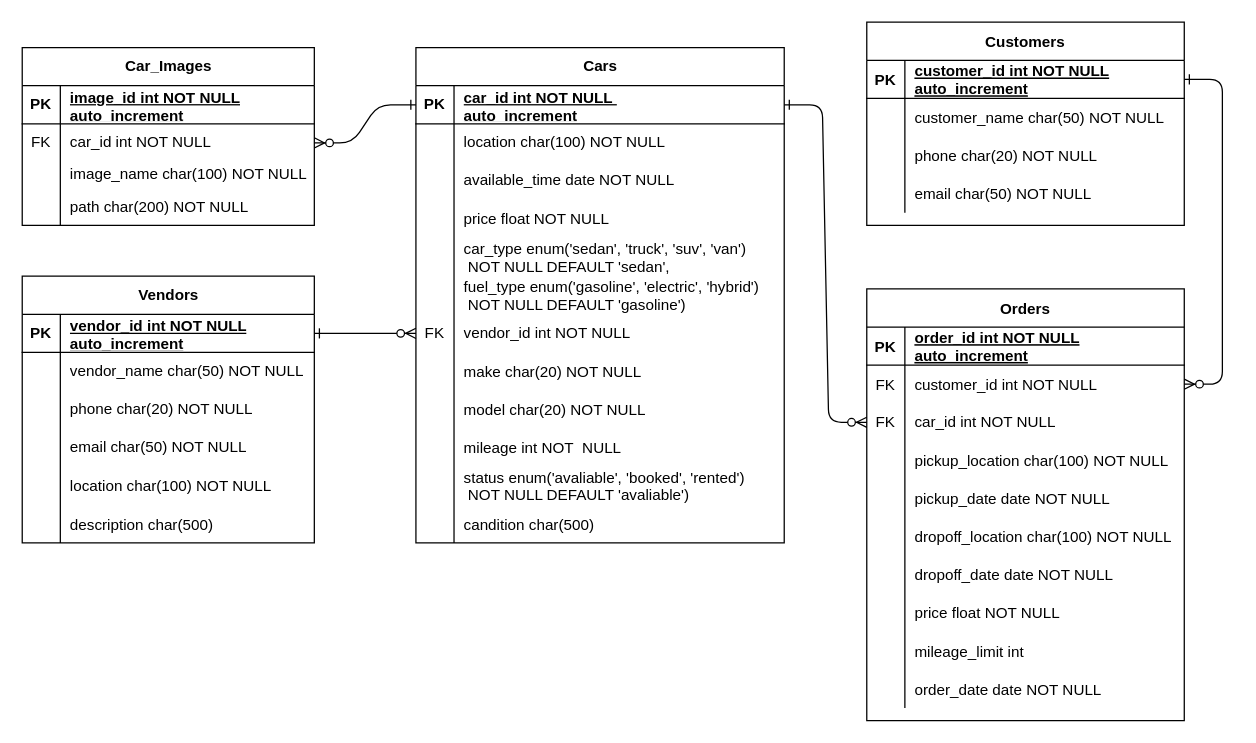
hgknightnie/flora_car_rental keeps this draw.io diagram as server/db/CarRental.drawio. Above is the earlier version. Source tidied: cells renumbered, new cells numbered last; positions are measured from the earlier drawing's top-left corner, leaving out a move shared by most shapes. Both pictures are drawn from the tidied source at 127%, with x=0, y=0 at pixel (22, 22).
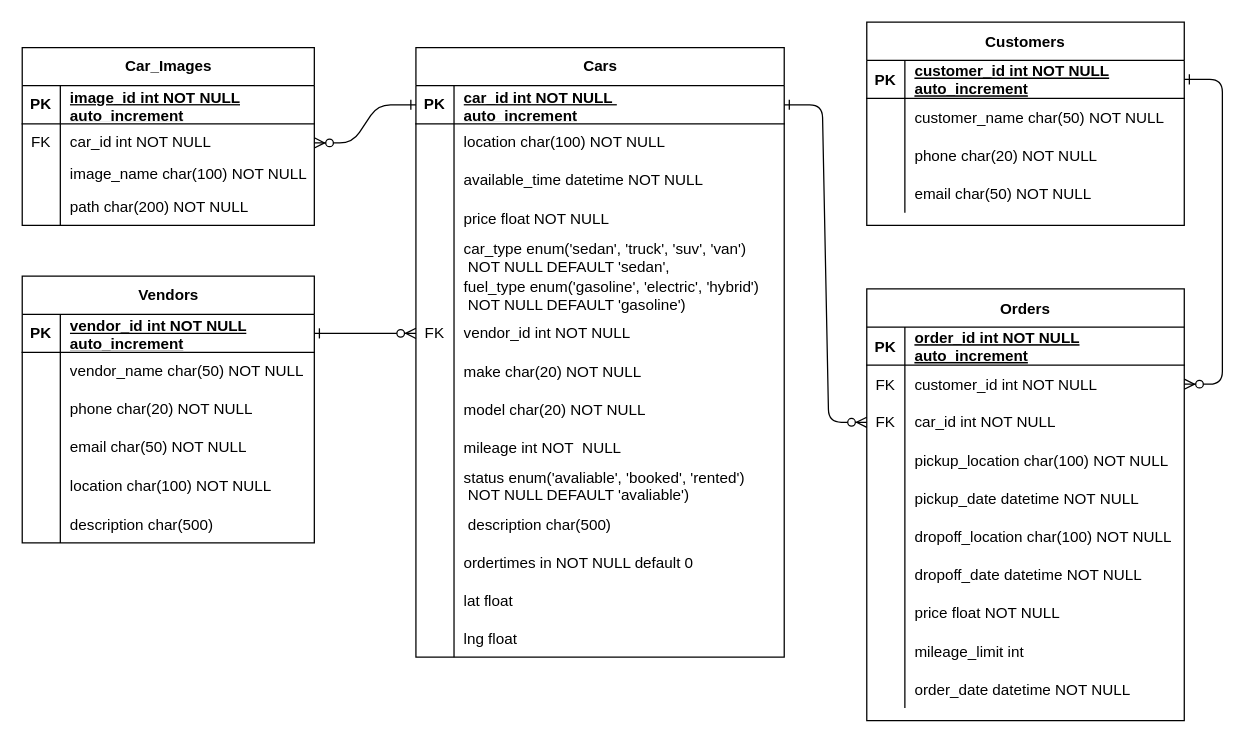
Above is the later version.

The change refers to these unchanged cells:
```xml
<mxCell id="9" style="shape=tableRow;horizontal=0;startSize=0;swimlaneHead=0;swimlaneBody=0;fillColor=none;top=0;left=0;right=0;bottom=0;" parent="2" vertex="1">
  <mxGeometry y="90" width="290" height="30" as="geometry" />
</mxCell>
<mxCell id="36" style="shape=tableRow;horizontal=0;startSize=0;swimlaneHead=0;swimlaneBody=0;fillColor=none;top=0;left=0;right=0;bottom=0;" parent="2" vertex="1">
  <mxGeometry y="360" width="290" height="30" as="geometry" />
</mxCell>
<mxCell id="99" style="shape=tableRow;horizontal=0;startSize=0;swimlaneHead=0;swimlaneBody=0;fillColor=none;top=0;left=0;right=0;bottom=0;" parent="86" vertex="1">
  <mxGeometry y="150" width="250" height="30" as="geometry" />
</mxCell>
<mxCell id="105" style="shape=tableRow;horizontal=0;startSize=0;swimlaneHead=0;swimlaneBody=0;fillColor=none;top=0;left=0;right=0;bottom=0;" parent="86" vertex="1">
  <mxGeometry y="210" width="250" height="30" as="geometry" />
</mxCell>
<mxCell id="114" style="shape=partialRectangle;fillColor=none;top=0;left=0;right=0;bottom=0;" parent="86" vertex="1">
  <mxGeometry y="300" width="250" height="30" as="geometry" />
</mxCell>
```

The edit, as a diff of the source:
```diff
@@
     <mxCell id="2" value="Cars" style="shape=table;startSize=30;childLayout=tableLayout;rowLines=0;fontStyle=1;align=center;html=1;" parent="1" vertex="1">
-      <mxGeometry x="310" y="20" width="290" height="390" as="geometry" />
+      <mxGeometry x="310" y="20" width="290" height="480" as="geometry" />
     </mxCell>
@@
-    <mxCell id="11" value="available_time date NOT NULL" style="shape=partialRectangle;fillColor=none;top=0;left=0;bottom=0;right=0;align=left;spacingLeft=6;overflow=hidden;whiteSpace=wrap;html=1;" parent="9" vertex="1">
+    <mxCell id="11" value="available_time datetime NOT NULL" style="shape=partialRectangle;fillColor=none;top=0;left=0;bottom=0;right=0;align=left;spacingLeft=6;overflow=hidden;whiteSpace=wrap;html=1;" parent="9" vertex="1">
       <mxGeometry x="30" width="260" height="30" as="geometry" />
     </mxCell>
@@
-    <mxCell id="38" value="candition char(500) " style="shape=partialRectangle;fillColor=none;top=0;left=0;bottom=0;right=0;align=left;spacingLeft=6;overflow=hidden;" parent="36" vertex="1">
+    <mxCell id="38" value=" description char(500) " style="shape=partialRectangle;fillColor=none;top=0;left=0;bottom=0;right=0;align=left;spacingLeft=6;overflow=hidden;" parent="36" vertex="1">
       <mxGeometry x="30" width="260" height="30" as="geometry" />
     </mxCell>
+    <mxCell id="119" style="shape=tableRow;horizontal=0;startSize=0;swimlaneHead=0;swimlaneBody=0;fillColor=none;top=0;left=0;right=0;bottom=0;" parent="2" vertex="1">
+      <mxGeometry y="390" width="290" height="30" as="geometry" />
+    </mxCell>
+    <mxCell id="120" style="shape=partialRectangle;fillColor=none;top=0;left=0;bottom=0;right=0;overflow=hidden;" parent="119" vertex="1">
+      <mxGeometry width="30" height="30" as="geometry" />
+    </mxCell>
+    <mxCell id="121" value="ordertimes in NOT NULL default 0" style="shape=partialRectangle;fillColor=none;top=0;left=0;bottom=0;right=0;align=left;spacingLeft=6;overflow=hidden;" parent="119" vertex="1">
+      <mxGeometry x="30" width="260" height="30" as="geometry" />
+    </mxCell>
+    <mxCell id="122" style="shape=tableRow;horizontal=0;startSize=0;swimlaneHead=0;swimlaneBody=0;fillColor=none;top=0;left=0;right=0;bottom=0;" parent="2" vertex="1">
+      <mxGeometry y="420" width="290" height="30" as="geometry" />
+    </mxCell>
+    <mxCell id="123" style="shape=partialRectangle;fillColor=none;top=0;left=0;bottom=0;right=0;overflow=hidden;" parent="122" vertex="1">
+      <mxGeometry width="30" height="30" as="geometry" />
+    </mxCell>
+    <mxCell id="124" value="lat float " style="shape=partialRectangle;fillColor=none;top=0;left=0;bottom=0;right=0;align=left;spacingLeft=6;overflow=hidden;" parent="122" vertex="1">
+      <mxGeometry x="30" width="260" height="30" as="geometry" />
+    </mxCell>
+    <mxCell id="125" style="shape=tableRow;horizontal=0;startSize=0;swimlaneHead=0;swimlaneBody=0;fillColor=none;top=0;left=0;right=0;bottom=0;" parent="2" vertex="1">
+      <mxGeometry y="450" width="290" height="30" as="geometry" />
+    </mxCell>
+    <mxCell id="126" style="shape=partialRectangle;fillColor=none;top=0;left=0;bottom=0;right=0;overflow=hidden;" parent="125" vertex="1">
+      <mxGeometry width="30" height="30" as="geometry" />
+    </mxCell>
+    <mxCell id="127" value="lng float" style="shape=partialRectangle;fillColor=none;top=0;left=0;bottom=0;right=0;align=left;spacingLeft=6;overflow=hidden;" parent="125" vertex="1">
+      <mxGeometry x="30" width="260" height="30" as="geometry" />
+    </mxCell>
@@
-    <mxCell id="101" value="pickup_date date NOT NULL" style="shape=partialRectangle;fillColor=none;top=0;left=0;bottom=0;right=0;align=left;spacingLeft=6;overflow=hidden;" parent="99" vertex="1">
+    <mxCell id="101" value="pickup_date datetime NOT NULL" style="shape=partialRectangle;fillColor=none;top=0;left=0;bottom=0;right=0;align=left;spacingLeft=6;overflow=hidden;" parent="99" vertex="1">
       <mxGeometry x="30" width="220" height="30" as="geometry" />
     </mxCell>
@@
-    <mxCell id="107" value="dropoff_date date NOT NULL" style="shape=partialRectangle;fillColor=none;top=0;left=0;bottom=0;right=0;align=left;spacingLeft=6;overflow=hidden;" parent="105" vertex="1">
+    <mxCell id="107" value="dropoff_date datetime NOT NULL" style="shape=partialRectangle;fillColor=none;top=0;left=0;bottom=0;right=0;align=left;spacingLeft=6;overflow=hidden;" parent="105" vertex="1">
       <mxGeometry x="30" width="220" height="30" as="geometry" />
     </mxCell>
@@
-    <mxCell id="116" value="order_date date NOT NULL" style="shape=partialRectangle;overflow=hidden;fillColor=none;top=0;left=0;bottom=0;right=0;align=left;spacingLeft=6;" parent="114" vertex="1">
+    <mxCell id="116" value="order_date datetime NOT NULL" style="shape=partialRectangle;overflow=hidden;fillColor=none;top=0;left=0;bottom=0;right=0;align=left;spacingLeft=6;" parent="114" vertex="1">
       <mxGeometry x="30" width="220" height="30" as="geometry" />
     </mxCell>
```
